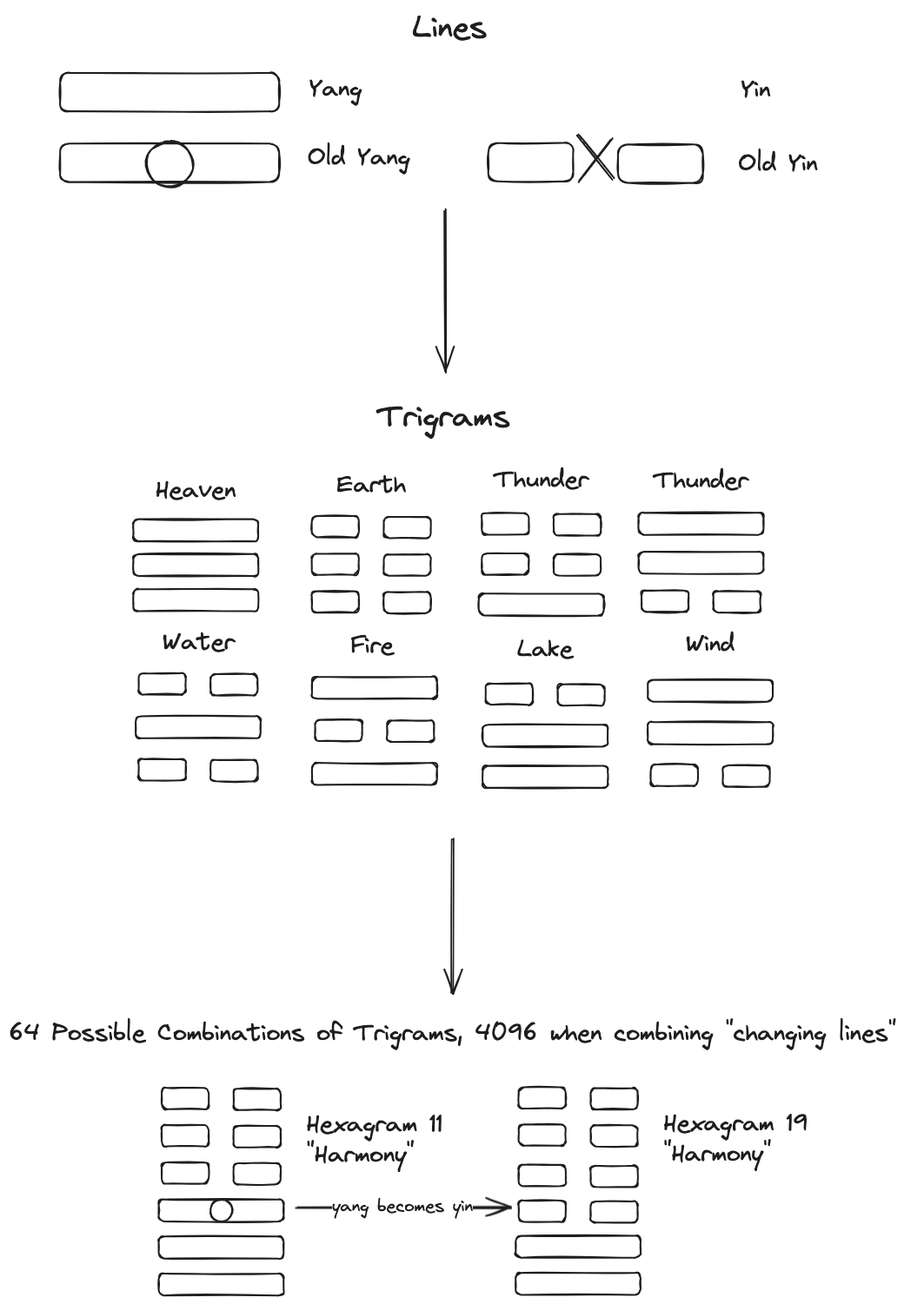
Before: i-ching-explanation.excalidraw.png, a diagram exported from Excalidraw (RandyBoBandy92/iching-explorer). Source tidied: one line per element, renumbered; positions are measured from the earlier drawing's top-left corner, leaving out a move shared by most shapes.
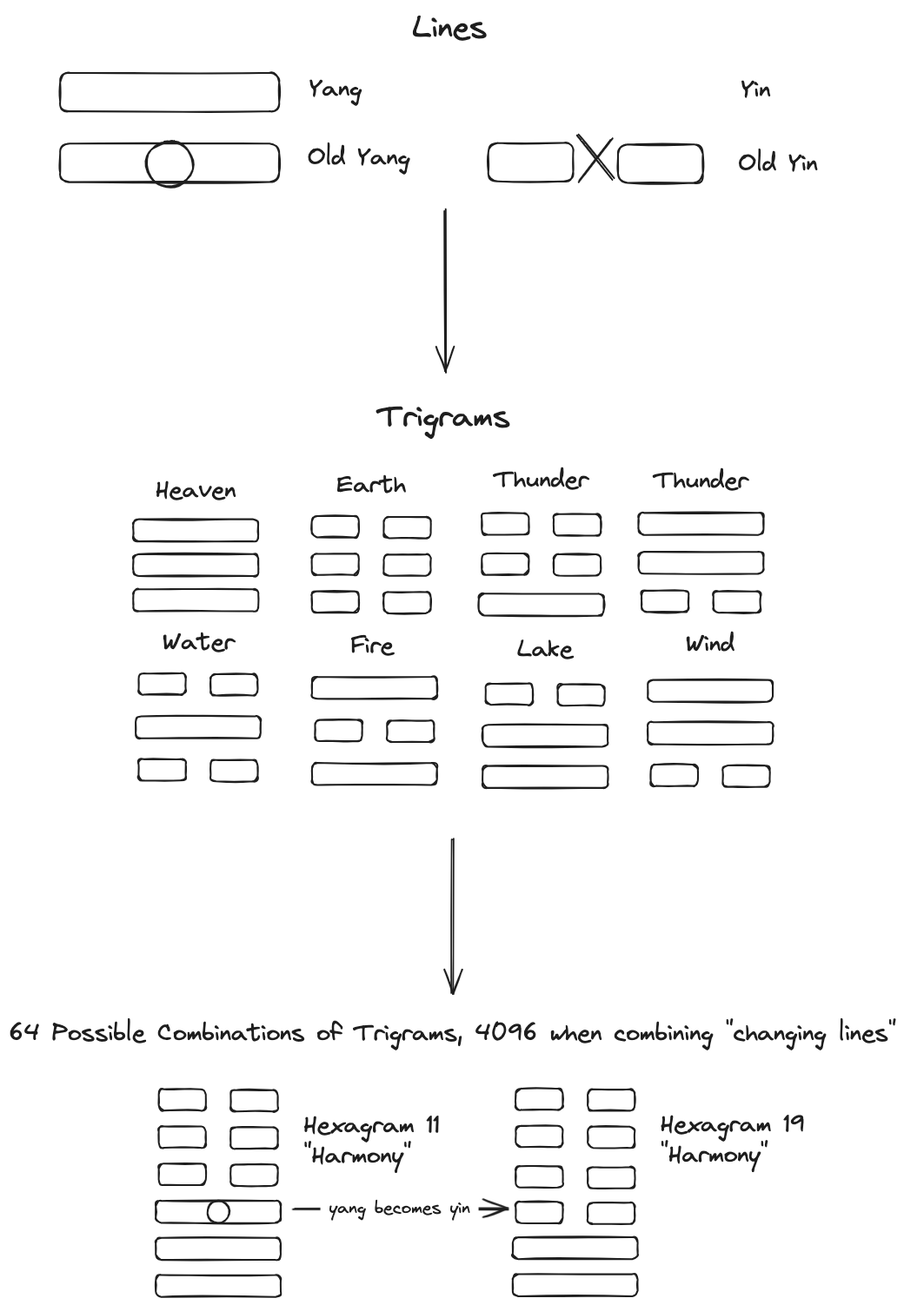
The same file after the commit.

The edit, as a diff of the source:
```diff
@@ -57,27 +57,27 @@
 {"id": 56, "type": "text", "text": "Wind", "strokeColor": "#1e1e1e", "strokeWidth": 2, "roughness": 1, "fontSize": 28, "fontFamily": 1, "x": 779, "y": 714, "width": 56, "height": 35}
 {"id": 57, "type": "arrow", "strokeColor": "#1e1e1e", "strokeWidth": 2, "roughness": 1, "endArrowhead": "arrow", "round": true, "x": 510, "y": 956, "width": 0, "height": 177, "points": [[0, 0], [0, 177]]}
 {"id": 58, "type": "text", "text": "64 Possible Combinations of Trigrams, 4096 when combining \"changing lines\"", "strokeColor": "#1e1e1e", "strokeWidth": 2, "roughness": 1, "fontSize": 28, "fontFamily": 1, "x": 0, "y": 1162, "width": 1021, "height": 35}
-{"id": 59, "type": "rectangle", "strokeColor": "#1e1e1e", "strokeWidth": 2, "roughness": 1, "round": true, "x": 173, "y": 1371, "width": 144, "height": 25}
+{"id": 59, "type": "rectangle", "strokeColor": "#1e1e1e", "strokeWidth": 2, "roughness": 1, "round": true, "x": 169, "y": 1372, "width": 144, "height": 25}
-{"id": 60, "type": "rectangle", "strokeColor": "#1e1e1e", "strokeWidth": 2, "roughness": 1, "round": true, "x": 173, "y": 1413, "width": 144, "height": 25}
+{"id": 60, "type": "rectangle", "strokeColor": "#1e1e1e", "strokeWidth": 2, "roughness": 1, "round": true, "x": 169, "y": 1415, "width": 144, "height": 25}
-{"id": 61, "type": "rectangle", "strokeColor": "#1e1e1e", "strokeWidth": 2, "roughness": 1, "round": true, "x": 173, "y": 1456, "width": 144, "height": 25}
+{"id": 61, "type": "rectangle", "strokeColor": "#1e1e1e", "strokeWidth": 2, "roughness": 1, "round": true, "x": 169, "y": 1457, "width": 144, "height": 25}
-{"id": 62, "type": "rectangle", "strokeColor": "#1e1e1e", "strokeWidth": 2, "roughness": 1, "round": true, "x": 176, "y": 1242, "width": 54, "height": 24}
+{"id": 62, "type": "rectangle", "strokeColor": "#1e1e1e", "strokeWidth": 2, "roughness": 1, "round": true, "x": 173, "y": 1244, "width": 54, "height": 24}
-{"id": 63, "type": "rectangle", "strokeColor": "#1e1e1e", "strokeWidth": 2, "roughness": 1, "round": true, "x": 259, "y": 1243, "width": 54, "height": 24}
+{"id": 63, "type": "rectangle", "strokeColor": "#1e1e1e", "strokeWidth": 2, "roughness": 1, "round": true, "x": 255, "y": 1245, "width": 54, "height": 24}
-{"id": 64, "type": "rectangle", "strokeColor": "#1e1e1e", "strokeWidth": 2, "roughness": 1, "round": true, "x": 176, "y": 1285, "width": 54, "height": 24}
+{"id": 64, "type": "rectangle", "strokeColor": "#1e1e1e", "strokeWidth": 2, "roughness": 1, "round": true, "x": 173, "y": 1287, "width": 54, "height": 24}
-{"id": 65, "type": "rectangle", "strokeColor": "#1e1e1e", "strokeWidth": 2, "roughness": 1, "round": true, "x": 259, "y": 1286, "width": 54, "height": 24}
+{"id": 65, "type": "rectangle", "strokeColor": "#1e1e1e", "strokeWidth": 2, "roughness": 1, "round": true, "x": 255, "y": 1288, "width": 54, "height": 24}
-{"id": 66, "type": "rectangle", "strokeColor": "#1e1e1e", "strokeWidth": 2, "roughness": 1, "round": true, "x": 176, "y": 1328, "width": 54, "height": 24}
+{"id": 66, "type": "rectangle", "strokeColor": "#1e1e1e", "strokeWidth": 2, "roughness": 1, "round": true, "x": 173, "y": 1329, "width": 54, "height": 24}
-{"id": 67, "type": "rectangle", "strokeColor": "#1e1e1e", "strokeWidth": 2, "roughness": 1, "round": true, "x": 259, "y": 1329, "width": 54, "height": 24}
+{"id": 67, "type": "rectangle", "strokeColor": "#1e1e1e", "strokeWidth": 2, "roughness": 1, "round": true, "x": 255, "y": 1330, "width": 54, "height": 24}
-{"id": 68, "type": "text", "text": "Hexagram 11\n\"Harmony\"", "strokeColor": "#1e1e1e", "strokeWidth": 2, "roughness": 1, "fontSize": 28, "fontFamily": 1, "x": 343, "y": 1267, "width": 157, "height": 70}
+{"id": 68, "type": "text", "text": "Hexagram 11\n\"Harmony\"", "strokeColor": "#1e1e1e", "strokeWidth": 2, "roughness": 1, "fontSize": 28, "fontFamily": 1, "x": 339, "y": 1268, "width": 157, "height": 70}
-{"id": 69, "type": "rectangle", "strokeColor": "#1e1e1e", "strokeWidth": 2, "roughness": 1, "round": true, "x": 583, "y": 1413, "width": 144, "height": 25}
+{"id": 69, "type": "rectangle", "strokeColor": "#1e1e1e", "strokeWidth": 2, "roughness": 1, "round": true, "x": 580, "y": 1414, "width": 144, "height": 25}
-{"id": 70, "type": "rectangle", "strokeColor": "#1e1e1e", "strokeWidth": 2, "roughness": 1, "round": true, "x": 583, "y": 1455, "width": 144, "height": 25}
+{"id": 70, "type": "rectangle", "strokeColor": "#1e1e1e", "strokeWidth": 2, "roughness": 1, "round": true, "x": 580, "y": 1457, "width": 144, "height": 25}
-{"id": 71, "type": "rectangle", "strokeColor": "#1e1e1e", "strokeWidth": 2, "roughness": 1, "round": true, "x": 587, "y": 1241, "width": 54, "height": 24}
+{"id": 71, "type": "rectangle", "strokeColor": "#1e1e1e", "strokeWidth": 2, "roughness": 1, "round": true, "x": 583, "y": 1243, "width": 54, "height": 24}
-{"id": 72, "type": "rectangle", "strokeColor": "#1e1e1e", "strokeWidth": 2, "roughness": 1, "round": true, "x": 669, "y": 1242, "width": 54, "height": 24}
+{"id": 72, "type": "rectangle", "strokeColor": "#1e1e1e", "strokeWidth": 2, "roughness": 1, "round": true, "x": 666, "y": 1244, "width": 54, "height": 24}
-{"id": 73, "type": "rectangle", "strokeColor": "#1e1e1e", "strokeWidth": 2, "roughness": 1, "round": true, "x": 587, "y": 1284, "width": 54, "height": 24}
+{"id": 73, "type": "rectangle", "strokeColor": "#1e1e1e", "strokeWidth": 2, "roughness": 1, "round": true, "x": 583, "y": 1286, "width": 54, "height": 24}
-{"id": 74, "type": "rectangle", "strokeColor": "#1e1e1e", "strokeWidth": 2, "roughness": 1, "round": true, "x": 669, "y": 1285, "width": 54, "height": 24}
+{"id": 74, "type": "rectangle", "strokeColor": "#1e1e1e", "strokeWidth": 2, "roughness": 1, "round": true, "x": 666, "y": 1287, "width": 54, "height": 24}
-{"id": 75, "type": "rectangle", "strokeColor": "#1e1e1e", "strokeWidth": 2, "roughness": 1, "round": true, "x": 587, "y": 1372, "width": 54, "height": 24}
+{"id": 75, "type": "rectangle", "strokeColor": "#1e1e1e", "strokeWidth": 2, "roughness": 1, "round": true, "x": 583, "y": 1373, "width": 54, "height": 24}
-{"id": 76, "type": "rectangle", "strokeColor": "#1e1e1e", "strokeWidth": 2, "roughness": 1, "round": true, "x": 669, "y": 1373, "width": 54, "height": 24}
+{"id": 76, "type": "rectangle", "strokeColor": "#1e1e1e", "strokeWidth": 2, "roughness": 1, "round": true, "x": 666, "y": 1374, "width": 54, "height": 24}
-{"id": 77, "type": "text", "text": "Hexagram 19\n\"Harmony\"", "strokeColor": "#1e1e1e", "strokeWidth": 2, "roughness": 1, "fontSize": 28, "fontFamily": 1, "x": 753, "y": 1266, "width": 166, "height": 70}
+{"id": 77, "type": "text", "text": "Hexagram 19\n\"Harmony\"", "strokeColor": "#1e1e1e", "strokeWidth": 2, "roughness": 1, "fontSize": 28, "fontFamily": 1, "x": 750, "y": 1267, "width": 166, "height": 70}
-{"id": 78, "type": "ellipse", "strokeColor": "#1e1e1e", "strokeWidth": 2, "roughness": 1, "round": true, "x": 232, "y": 1371, "width": 26, "height": 26}
+{"id": 78, "type": "ellipse", "strokeColor": "#1e1e1e", "strokeWidth": 2, "roughness": 1, "round": true, "x": 229, "y": 1372, "width": 26, "height": 26}
-{"id": 79, "type": "rectangle", "strokeColor": "#1e1e1e", "strokeWidth": 2, "roughness": 1, "round": true, "x": 587, "y": 1331, "width": 54, "height": 24}
+{"id": 79, "type": "rectangle", "strokeColor": "#1e1e1e", "strokeWidth": 2, "roughness": 1, "round": true, "x": 583, "y": 1332, "width": 54, "height": 24}
-{"id": 80, "type": "rectangle", "strokeColor": "#1e1e1e", "strokeWidth": 2, "roughness": 1, "round": true, "x": 669, "y": 1332, "width": 54, "height": 24}
+{"id": 80, "type": "rectangle", "strokeColor": "#1e1e1e", "strokeWidth": 2, "roughness": 1, "round": true, "x": 666, "y": 1333, "width": 54, "height": 24}
-{"id": 81, "type": "arrow", "strokeColor": "#1e1e1e", "strokeWidth": 2, "roughness": 1, "endArrowhead": "arrow", "round": true, "from": 59, "to": 75, "x": 330, "y": 1379, "width": 246, "height": 0, "points": [[0, 0], [246, 0]]}
+{"id": 81, "type": "arrow", "strokeColor": "#1e1e1e", "strokeWidth": 2, "roughness": 1, "endArrowhead": "arrow", "round": true, "from": 59, "to": 75, "x": 327, "y": 1380, "width": 246, "height": 0, "points": [[0, 0], [246, 0]]}
-{"id": 82, "type": "text", "text": "yang becomes yin", "strokeColor": "#1e1e1e", "strokeWidth": 2, "roughness": 1, "fontSize": 20, "fontFamily": 1, "textAlign": "center", "verticalAlign": "middle", "inside": 81, "x": 372, "y": 1366, "width": 162, "height": 25}
+{"id": 82, "type": "text", "text": " yang becomes yin ", "strokeColor": "#1e1e1e", "strokeWidth": 2, "roughness": 1, "fontSize": 20, "fontFamily": 1, "textAlign": "center", "verticalAlign": "middle", "inside": 81, "x": 362, "y": 1366, "width": 182, "height": 25}
```
